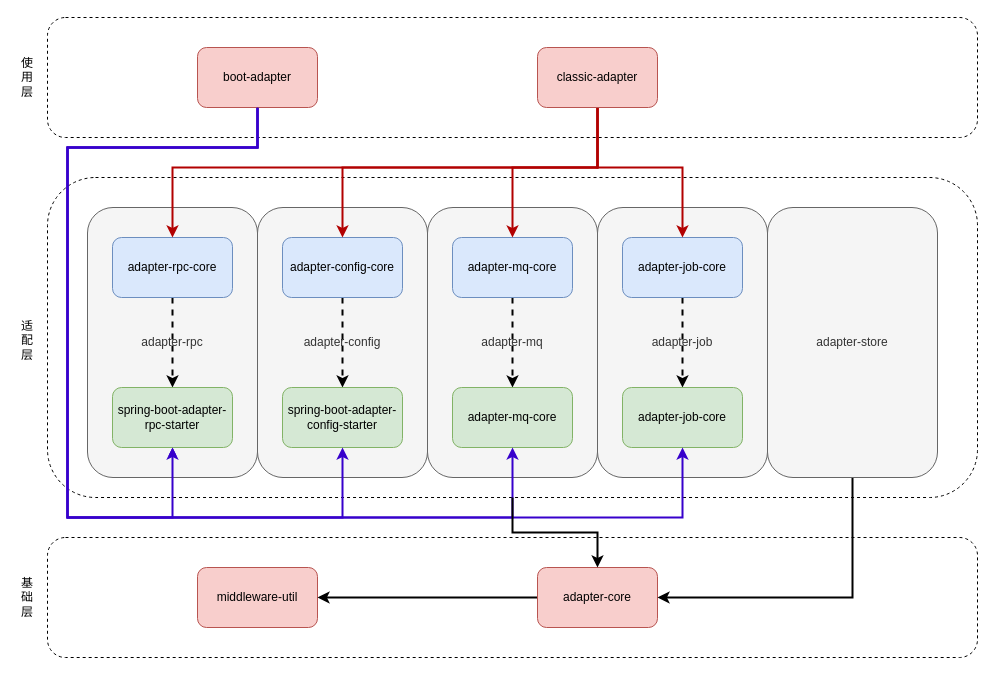
Before: page "适配层设计" (1 of 3) of 在线图.drawio in IronCity/draw-repository, a draw.io diagram. Source tidied: cells renumbered, new cells numbered last; positions are measured from the earlier drawing's top-left corner, leaving out a move shared by most shapes. Both pictures are drawn from the tidied source at 100%, with x=0, y=0 at pixel (17, 17).
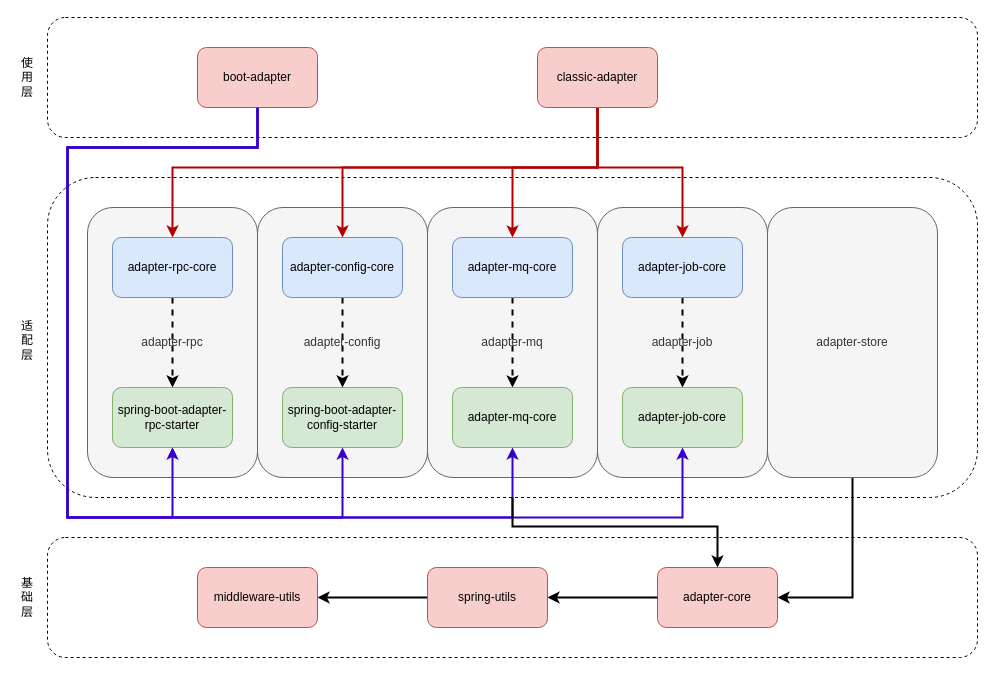
After the change.

The change refers to these unchanged cells:
```xml
<mxCell id="3" style="rounded=1;whiteSpace=wrap;html=1;dashed=1;" parent="1" vertex="1">
  <mxGeometry x="30" y="160" width="930" height="320" as="geometry" />
</mxCell>
```

What changed in the source:
```diff
@@
-    <mxCell id="6" value="middleware-util" style="rounded=1;whiteSpace=wrap;html=1;fillColor=#f8cecc;strokeColor=#b85450;" parent="1" vertex="1">
+    <mxCell id="6" value="middleware-utils" style="rounded=1;whiteSpace=wrap;html=1;fillColor=#f8cecc;strokeColor=#b85450;" parent="1" vertex="1">
       <mxGeometry x="180" y="550" width="120" height="60" as="geometry" />
     </mxCell>
-    <mxCell id="7" style="edgeStyle=orthogonalEdgeStyle;rounded=0;jettySize=auto;html=1;strokeWidth=2;" parent="1" edge="1" source="8" target="6">
+    <mxCell id="7" style="edgeStyle=orthogonalEdgeStyle;rounded=0;jettySize=auto;html=1;strokeWidth=2;" parent="1" edge="1" source="41" target="6">
       <mxGeometry relative="1" as="geometry" />
     </mxCell>
     <mxCell id="8" value="adapter-core" style="rounded=1;whiteSpace=wrap;html=1;fillColor=#f8cecc;strokeColor=#b85450;" parent="1" vertex="1">
-      <mxGeometry x="520" y="550" width="120" height="60" as="geometry" />
+      <mxGeometry x="640" y="550" width="120" height="60" as="geometry" />
     </mxCell>
@@
     <mxCell id="38" style="edgeStyle=orthogonalEdgeStyle;rounded=0;jettySize=auto;html=1;strokeWidth=2;" parent="1" edge="1" source="3" target="8">
-      <mxGeometry relative="1" as="geometry" />
+      <mxGeometry relative="1" as="geometry">
+        <Array as="points">
+          <mxPoint x="495" y="509" />
+          <mxPoint x="700" y="509" />
+        </Array>
+      </mxGeometry>
     </mxCell>
@@
+    <mxCell id="41" value="spring-utils" style="rounded=1;whiteSpace=wrap;html=1;fillColor=#f8cecc;strokeColor=#b85450;" parent="1" vertex="1">
+      <mxGeometry x="410" y="550" width="120" height="60" as="geometry" />
+    </mxCell>
+    <mxCell id="42" style="edgeStyle=orthogonalEdgeStyle;rounded=0;jettySize=auto;html=1;strokeWidth=2;" parent="1" edge="1" source="8" target="41">
+      <mxGeometry relative="1" as="geometry" />
+    </mxCell>
```
